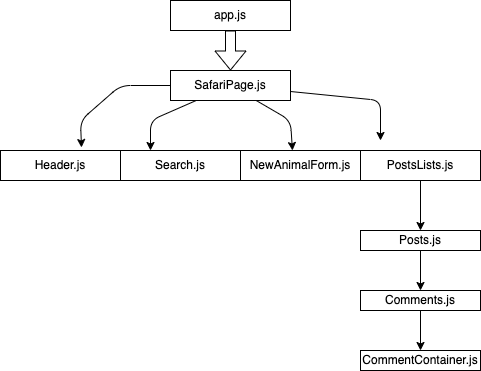
The draw.io diagram .drawio.png in KlajdoQ/safari-sorority, before a commit. Source tidied: cells renumbered, new cells last; positions are measured from the earlier drawing's top-left corner, leaving out a move shared by most shapes.
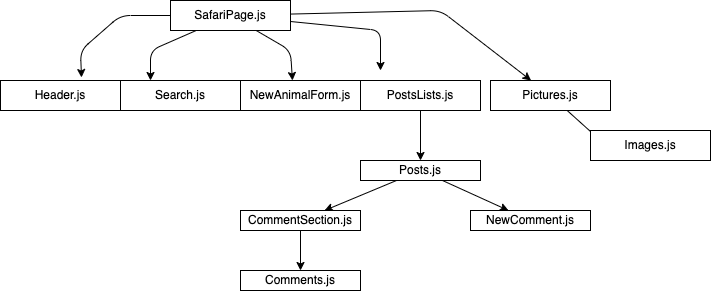
After the change.

Commit message:
drawio(react diagram completed)

Diff of the diagram source:
```diff
@@ -2,14 +2,6 @@
   <root>
     <mxCell id="0" />
     <mxCell id="1" parent="0" />
-    <mxCell id="2" style="edgeStyle=none;shape=flexArrow;html=1;" parent="1" edge="1" source="3">
-      <mxGeometry relative="1" as="geometry">
-        <mxPoint x="230" y="70" as="targetPoint" />
-      </mxGeometry>
-    </mxCell>
-    <mxCell id="3" value="app.js" style="whiteSpace=wrap;html=1;" parent="1" vertex="1">
-      <mxGeometry x="170" width="120" height="30" as="geometry" />
-    </mxCell>
     <mxCell id="4" style="edgeStyle=none;html=1;entryX=0.675;entryY=-0.1;entryDx=0;entryDy=0;entryPerimeter=0;" parent="1" edge="1" source="8" target="9">
       <mxGeometry relative="1" as="geometry">
         <Array as="points">
@@ -40,6 +32,13 @@
         </Array>
       </mxGeometry>
     </mxCell>
+    <mxCell id="19" style="edgeStyle=none;html=1;" parent="1" edge="1" source="8" target="23">
+      <mxGeometry relative="1" as="geometry">
+        <Array as="points">
+          <mxPoint x="440" y="80" />
+        </Array>
+      </mxGeometry>
+    </mxCell>
     <mxCell id="8" value="SafariPage.js" style="whiteSpace=wrap;html=1;" parent="1" vertex="1">
       <mxGeometry x="170" y="70" width="120" height="30" as="geometry" />
     </mxCell>
@@ -61,17 +60,34 @@
     <mxCell id="14" style="edgeStyle=none;html=1;" parent="1" edge="1" source="15" target="17">
       <mxGeometry relative="1" as="geometry" />
     </mxCell>
+    <mxCell id="20" style="edgeStyle=none;html=1;" parent="1" edge="1" source="15" target="21">
+      <mxGeometry relative="1" as="geometry" />
+    </mxCell>
     <mxCell id="15" value="Posts.js" style="whiteSpace=wrap;html=1;" parent="1" vertex="1">
       <mxGeometry x="360" y="230" width="120" height="20" as="geometry" />
     </mxCell>
     <mxCell id="16" style="edgeStyle=none;html=1;" parent="1" edge="1" source="17" target="18">
       <mxGeometry relative="1" as="geometry" />
     </mxCell>
-    <mxCell id="17" value="Comments.js" style="whiteSpace=wrap;html=1;" parent="1" vertex="1">
-      <mxGeometry x="360" y="290" width="120" height="20" as="geometry" />
+    <mxCell id="17" value="CommentSection.js" style="whiteSpace=wrap;html=1;" parent="1" vertex="1">
+      <mxGeometry x="240" y="280" width="120" height="20" as="geometry" />
     </mxCell>
-    <mxCell id="18" value="CommentContainer.js" style="whiteSpace=wrap;html=1;" parent="1" vertex="1">
-      <mxGeometry x="360" y="350" width="120" height="20" as="geometry" />
+    <mxCell id="18" value="Comments.js" style="whiteSpace=wrap;html=1;" parent="1" vertex="1">
+      <mxGeometry x="240" y="340" width="120" height="20" as="geometry" />
     </mxCell>
+    <mxCell id="21" value="NewComment.js" style="whiteSpace=wrap;html=1;" parent="1" vertex="1">
+      <mxGeometry x="470" y="280" width="120" height="20" as="geometry" />
+    </mxCell>
+    <mxCell id="22" style="edgeStyle=none;html=1;" parent="1" edge="1" source="23">
+      <mxGeometry relative="1" as="geometry">
+        <mxPoint x="600" y="210" as="targetPoint" />
+      </mxGeometry>
+    </mxCell>
+    <mxCell id="23" value="Pictures.js" style="whiteSpace=wrap;html=1;" parent="1" vertex="1">
+      <mxGeometry x="490" y="150" width="120" height="30" as="geometry" />
+    </mxCell>
+    <mxCell id="24" value="Images.js" style="whiteSpace=wrap;html=1;" parent="1" vertex="1">
+      <mxGeometry x="590" y="200" width="120" height="30" as="geometry" />
+    </mxCell>
   </root>
 </mxGraphModel>
```
